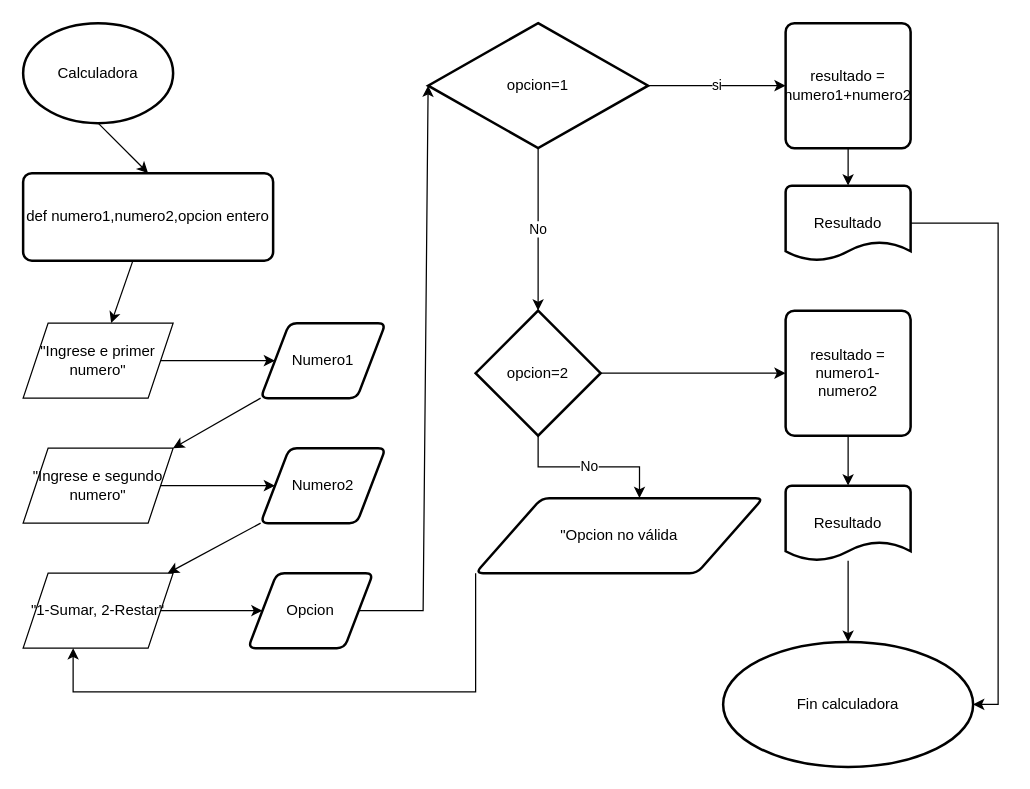
JaredHernandez8/LAB3-FDP keeps this draw.io diagram as Diagrama sin título.drawio. Above is the earlier version. Source tidied: cells renumbered, new cells numbered last; positions are measured from the earlier drawing's top-left corner, leaving out a move shared by most shapes. Both pictures are drawn from the tidied source at 125%, with x=0, y=0 at pixel (22, 22).
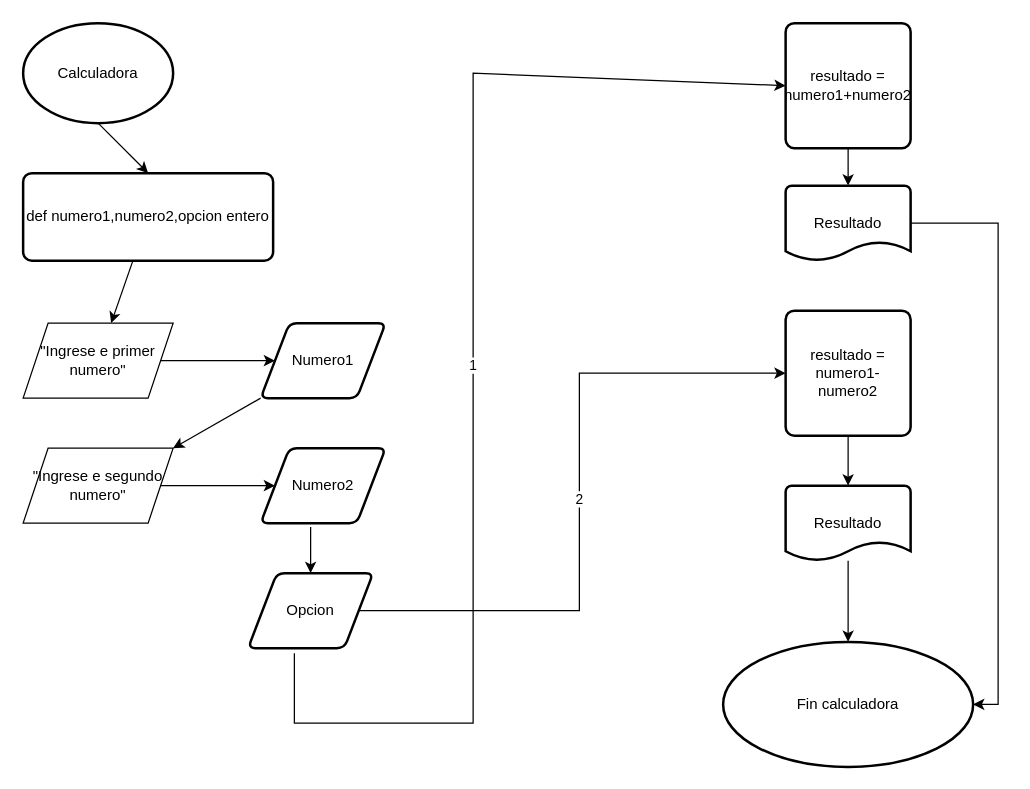
The same diagram, later.

The change refers to these unchanged cells:
```xml
<mxCell id="5" value="Numero2" style="shape=parallelogram;html=1;strokeWidth=2;perimeter=parallelogramPerimeter;whiteSpace=wrap;rounded=1;arcSize=12;size=0.23;" parent="1" vertex="1">
  <mxGeometry x="190" y="340" width="100" height="60" as="geometry" />
</mxCell>
<mxCell id="11" value="Opcion" style="shape=parallelogram;html=1;strokeWidth=2;perimeter=parallelogramPerimeter;whiteSpace=wrap;rounded=1;arcSize=12;size=0.23;" parent="1" vertex="1">
  <mxGeometry x="180" y="440" width="100" height="60" as="geometry" />
</mxCell>
<mxCell id="20" value="resultado = numero1+numero2" style="rounded=1;whiteSpace=wrap;html=1;absoluteArcSize=1;arcSize=14;strokeWidth=2;" parent="1" vertex="1">
  <mxGeometry x="610" width="100" height="100" as="geometry" />
</mxCell>
<mxCell id="28" value="resultado = numero1-numero2" style="rounded=1;whiteSpace=wrap;html=1;absoluteArcSize=1;arcSize=14;strokeWidth=2;" parent="1" vertex="1">
  <mxGeometry x="610" y="230" width="100" height="100" as="geometry" />
</mxCell>
```

Change to the diagram source:
```diff
@@
+    <mxCell id="35" value="2" style="edgeStyle=orthogonalEdgeStyle;rounded=0;jettySize=auto;html=1;exitX=1;exitY=0.5;exitDx=0;exitDy=0;entryX=0;entryY=0.5;entryDx=0;entryDy=0;" parent="1" edge="1" source="11" target="28">
+      <mxGeometry relative="1" as="geometry" />
+    </mxCell>
@@
-    <mxCell id="12" value="&quot;1-Sumar, 2-Restar&quot;" style="shape=parallelogram;perimeter=parallelogramPerimeter;whiteSpace=wrap;html=1;fixedSize=1;" parent="1" vertex="1">
-      <mxGeometry y="440" width="120" height="60" as="geometry" />
-    </mxCell>
-    <mxCell id="13" style="endArrow=classic;html=1;rounded=0;entryX=0;entryY=0.5;entryDx=0;entryDy=0;" parent="1" edge="1" source="12" target="11">
-      <mxGeometry relative="1" as="geometry" />
-    </mxCell>
-    <mxCell id="14" style="endArrow=classic;html=1;rounded=0;exitX=0;exitY=1;exitDx=0;exitDy=0;" parent="1" edge="1" source="5" target="12">
+    <mxCell id="14" style="endArrow=classic;html=1;rounded=0;exitX=0.4;exitY=1.05;exitDx=0;exitDy=0;exitPerimeter=0;" parent="1" edge="1" source="5" target="11">
       <mxGeometry relative="1" as="geometry" />
     </mxCell>
@@
-    <mxCell id="16" value="No" style="edgeStyle=orthogonalEdgeStyle;rounded=0;jettySize=auto;html=1;exitX=0.5;exitY=1;exitDx=0;exitDy=0;exitPerimeter=0;entryX=0.5;entryY=0;entryDx=0;entryDy=0;entryPerimeter=0;" parent="1" edge="1" source="17" target="26">
-      <mxGeometry relative="1" as="geometry" />
-    </mxCell>
-    <mxCell id="17" value="opcion=1" style="strokeWidth=2;html=1;shape=mxgraph.flowchart.decision;whiteSpace=wrap;" parent="1" vertex="1">
-      <mxGeometry x="324" width="176" height="100" as="geometry" />
-    </mxCell>
-    <mxCell id="18" style="endArrow=classic;html=1;rounded=0;entryX=0;entryY=0.5;entryDx=0;entryDy=0;entryPerimeter=0;exitX=1;exitY=0.5;exitDx=0;exitDy=0;" parent="1" edge="1" source="11" target="17">
-      <mxGeometry relative="1" as="geometry">
-        <Array as="points">
-          <mxPoint x="320" y="470" />
-        </Array>
-      </mxGeometry>
-    </mxCell>
@@
-    <mxCell id="21" value="si" style="endArrow=classic;html=1;rounded=0;entryX=0;entryY=0.5;entryDx=0;entryDy=0;" parent="1" edge="1" source="17" target="20">
-      <mxGeometry relative="1" as="geometry" />
+    <mxCell id="21" value="1" style="endArrow=classic;html=1;rounded=0;entryX=0;entryY=0.5;entryDx=0;entryDy=0;exitX=0.37;exitY=1.067;exitDx=0;exitDy=0;exitPerimeter=0;" parent="1" edge="1" source="11" target="20">
+      <mxGeometry relative="1" as="geometry">
+        <Array as="points">
+          <mxPoint x="217" y="560" />
+          <mxPoint x="360" y="560" />
+          <mxPoint x="360" y="40" />
+        </Array>
+      </mxGeometry>
     </mxCell>
@@
-    <mxCell id="24" style="edgeStyle=orthogonalEdgeStyle;rounded=0;jettySize=auto;html=1;exitX=1;exitY=0.5;exitDx=0;exitDy=0;exitPerimeter=0;entryX=0;entryY=0.5;entryDx=0;entryDy=0;" parent="1" edge="1" source="26" target="28">
-      <mxGeometry relative="1" as="geometry" />
-    </mxCell>
-    <mxCell id="25" value="No" style="edgeStyle=orthogonalEdgeStyle;rounded=0;jettySize=auto;html=1;exitX=0.5;exitY=1;exitDx=0;exitDy=0;exitPerimeter=0;entryX=0.57;entryY=0;entryDx=0;entryDy=0;entryPerimeter=0;" parent="1" edge="1" source="26" target="32">
-      <mxGeometry relative="1" as="geometry" />
-    </mxCell>
-    <mxCell id="26" value="opcion=2" style="strokeWidth=2;html=1;shape=mxgraph.flowchart.decision;whiteSpace=wrap;" parent="1" vertex="1">
-      <mxGeometry x="362" y="230" width="100" height="100" as="geometry" />
-    </mxCell>
@@
-    <mxCell id="31" style="edgeStyle=orthogonalEdgeStyle;rounded=0;jettySize=auto;html=1;exitX=0;exitY=1;exitDx=0;exitDy=0;" parent="1" edge="1" source="32" target="12">
-      <mxGeometry relative="1" as="geometry">
-        <Array as="points">
-          <mxPoint x="362" y="535" />
-          <mxPoint x="40" y="535" />
-        </Array>
-      </mxGeometry>
-    </mxCell>
-    <mxCell id="32" value="&quot;Opcion no válida" style="shape=parallelogram;html=1;strokeWidth=2;perimeter=parallelogramPerimeter;whiteSpace=wrap;rounded=1;arcSize=12;size=0.23;" parent="1" vertex="1">
-      <mxGeometry x="362" y="380" width="230" height="60" as="geometry" />
-    </mxCell>
```
